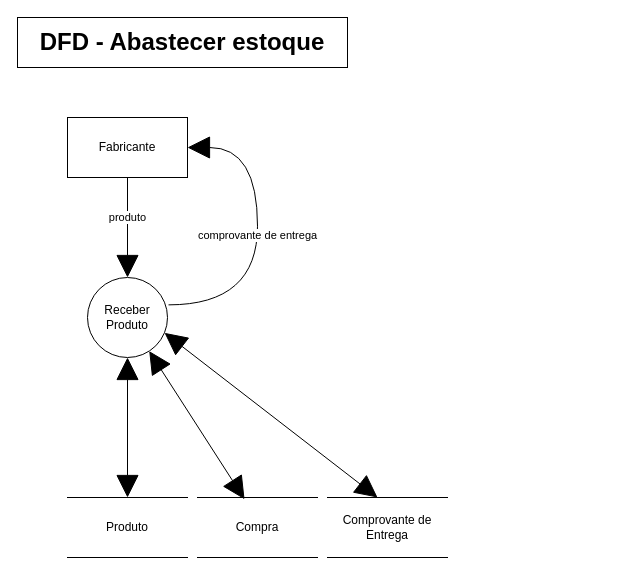
Systematicos/FindingApp keeps this draw.io diagram as Documentation/DFD Essencial para cada Capacidade/DFD Abastecer Estoque.drawio. Above is the earlier version. Source tidied: cells renumbered, new cells numbered last; positions are measured from the earlier drawing's top-left corner, leaving out a move shared by most shapes. Both pictures are drawn from the tidied source at 100%, with x=0, y=0 at pixel (17, 17).
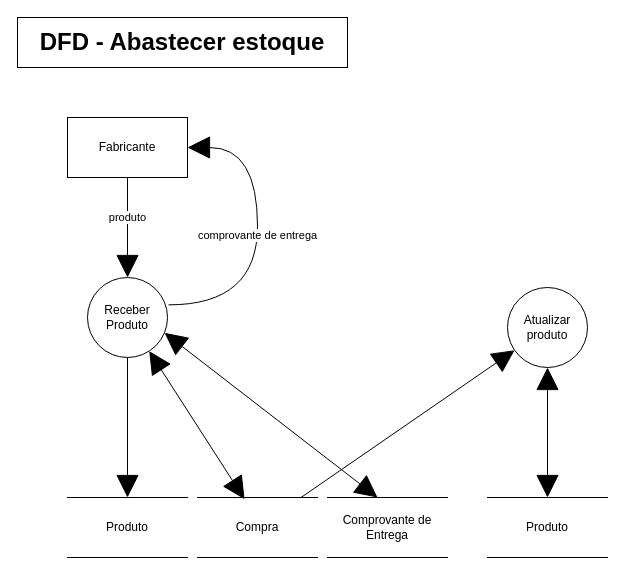
The same page after the edit.

What changed in the source:
```diff
@@
 <mxGraphModel>
   <root>
     <mxCell id="0" />
     <mxCell id="1" parent="0" />
     <mxCell id="2" value="&lt;span style=&quot;font-size: 24px ; font-weight: 700&quot;&gt;DFD - Abastecer estoque&lt;/span&gt;" style="rounded=0;whiteSpace=wrap;html=1;" parent="1" vertex="1">
       <mxGeometry width="330" height="50" as="geometry" />
     </mxCell>
     <mxCell id="3" value="Produto" style="shape=partialRectangle;whiteSpace=wrap;html=1;left=0;right=0;fillColor=none;" parent="1" vertex="1">
       <mxGeometry x="50" y="480" width="120" height="60" as="geometry" />
     </mxCell>
     <mxCell id="4" value="produto" style="edgeStyle=orthogonalEdgeStyle;rounded=0;jettySize=auto;html=1;entryX=0.5;entryY=0;entryDx=0;entryDy=0;endArrow=block;endFill=1;endSize=20;" parent="1" edge="1" source="5" target="10">
       <mxGeometry x="-0.2" relative="1" as="geometry" />
     </mxCell>
     <mxCell id="5" value="Fabricante" style="rounded=0;whiteSpace=wrap;html=1;" parent="1" vertex="1">
       <mxGeometry x="50" y="100" width="120" height="60" as="geometry" />
     </mxCell>
-    <mxCell id="6" style="edgeStyle=orthogonalEdgeStyle;rounded=0;jettySize=auto;html=1;entryX=0.5;entryY=0;entryDx=0;entryDy=0;endArrow=block;endFill=1;endSize=20;startArrow=block;startFill=1;startSize=20;" parent="1" edge="1" source="10" target="3">
+    <mxCell id="6" style="edgeStyle=orthogonalEdgeStyle;rounded=0;jettySize=auto;html=1;entryX=0.5;entryY=0;entryDx=0;entryDy=0;endArrow=block;endFill=1;endSize=20;startArrow=none;startFill=0;startSize=20;" parent="1" edge="1" source="10" target="3">
       <mxGeometry relative="1" as="geometry" />
     </mxCell>
     <mxCell id="7" style="rounded=0;jettySize=auto;html=1;entryX=0.392;entryY=0.03;entryDx=0;entryDy=0;entryPerimeter=0;startArrow=block;startFill=1;startSize=20;endArrow=block;endFill=1;endSize=20;" parent="1" edge="1" source="10" target="11">
       <mxGeometry relative="1" as="geometry" />
     </mxCell>
     <mxCell id="8" value="comprovante de entrega" style="edgeStyle=orthogonalEdgeStyle;rounded=0;jettySize=auto;html=1;entryX=1;entryY=0.5;entryDx=0;entryDy=0;startArrow=none;startFill=0;startSize=20;endArrow=block;endFill=1;endSize=20;curved=1;exitX=1.013;exitY=0.342;exitDx=0;exitDy=0;exitPerimeter=0;" parent="1" edge="1" source="10" target="5">
       <mxGeometry relative="1" as="geometry">
         <Array as="points">
           <mxPoint x="240" y="287" />
           <mxPoint x="240" y="130" />
         </Array>
       </mxGeometry>
     </mxCell>
     <mxCell id="9" style="rounded=0;jettySize=auto;html=1;entryX=0.417;entryY=0;entryDx=0;entryDy=0;entryPerimeter=0;startArrow=block;startFill=1;startSize=20;endArrow=block;endFill=1;endSize=20;exitX=0.963;exitY=0.692;exitDx=0;exitDy=0;exitPerimeter=0;" parent="1" edge="1" source="10" target="12">
       <mxGeometry relative="1" as="geometry" />
     </mxCell>
     <mxCell id="10" value="Receber Produto" style="ellipse;whiteSpace=wrap;html=1;" parent="1" vertex="1">
       <mxGeometry x="70" y="260" width="80" height="80" as="geometry" />
     </mxCell>
     <mxCell id="11" value="Compra" style="shape=partialRectangle;whiteSpace=wrap;html=1;left=0;right=0;fillColor=none;" parent="1" vertex="1">
       <mxGeometry x="180" y="480" width="120" height="60" as="geometry" />
     </mxCell>
     <mxCell id="12" value="Comprovante de&lt;br&gt;Entrega" style="shape=partialRectangle;whiteSpace=wrap;html=1;left=0;right=0;fillColor=none;" parent="1" vertex="1">
       <mxGeometry x="310" y="480" width="120" height="60" as="geometry" />
     </mxCell>
+    <mxCell id="13" style="edgeStyle=orthogonalEdgeStyle;rounded=0;jettySize=auto;html=1;entryX=0.5;entryY=0;entryDx=0;entryDy=0;endArrow=block;endFill=1;endSize=20;startSize=20;startArrow=block;startFill=1;" parent="1" edge="1" source="15" target="16">
+      <mxGeometry relative="1" as="geometry" />
+    </mxCell>
+    <mxCell id="14" style="edgeStyle=none;rounded=0;jettySize=auto;html=1;startArrow=block;startFill=1;startSize=20;endArrow=none;endFill=0;endSize=20;" parent="1" edge="1" source="15" target="11">
+      <mxGeometry relative="1" as="geometry" />
+    </mxCell>
+    <mxCell id="15" value="Atualizar produto" style="ellipse;whiteSpace=wrap;html=1;" parent="1" vertex="1">
+      <mxGeometry x="490" y="270" width="80" height="80" as="geometry" />
+    </mxCell>
+    <mxCell id="16" value="Produto" style="shape=partialRectangle;whiteSpace=wrap;html=1;left=0;right=0;fillColor=none;" parent="1" vertex="1">
+      <mxGeometry x="470" y="480" width="120" height="60" as="geometry" />
+    </mxCell>
   </root>
 </mxGraphModel>
```
